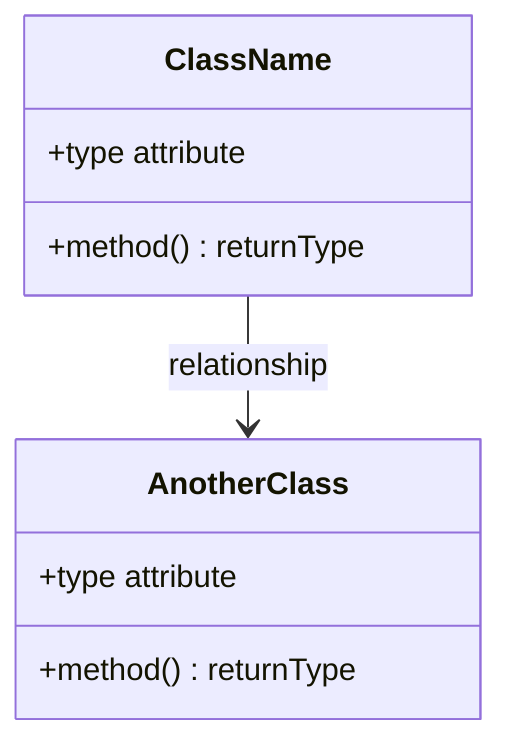
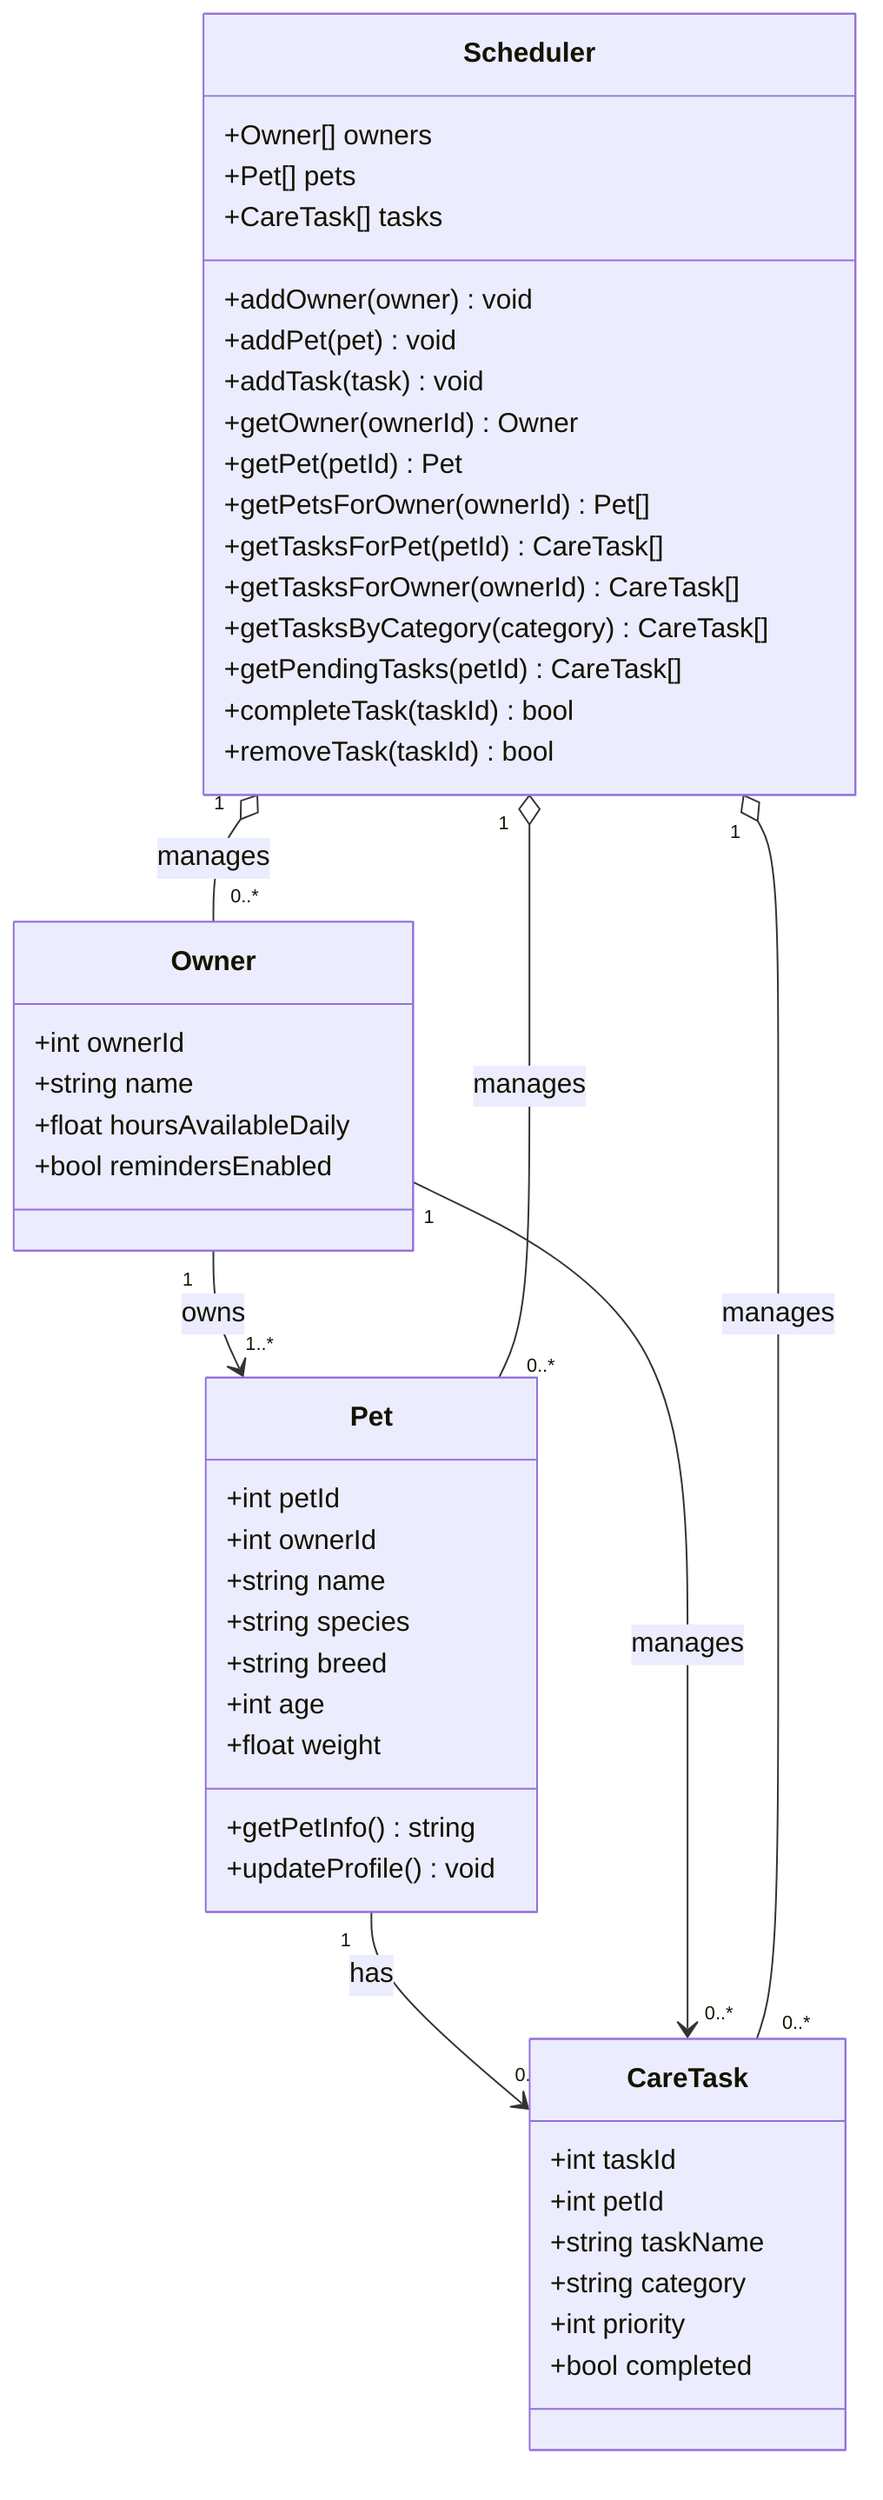
classDiagram
-     %% Replace the placeholders below with your actual classes, attributes, methods, and relationships.
-     %% Keep this file updated so it matches your final implementation.
+     %% PawPal+ class diagram

-     class ClassName {
-         +type attribute
-         +method() returnType
+     class Pet {
+         +int petId
+         +int ownerId
+         +string name
+         +string species
+         +string breed
+         +int age
+         +float weight
+         +getPetInfo() string
+         +updateProfile() void
    }

-     class AnotherClass {
-         +type attribute
-         +method() returnType
+     class Owner {
+         +int ownerId
+         +string name
+         +float hoursAvailableDaily
+         +bool remindersEnabled
    }

-     ClassName --> AnotherClass : relationship
+     class CareTask {
+         +int taskId
+         +int petId
+         +string taskName
+         +string category
+         +int priority
+         +bool completed
+     }
+ 
+     class Scheduler {
+         +Owner[] owners
+         +Pet[] pets
+         +CareTask[] tasks
+         +addOwner(owner) void
+         +addPet(pet) void
+         +addTask(task) void
+         +getOwner(ownerId) Owner
+         +getPet(petId) Pet
+         +getPetsForOwner(ownerId) Pet[]
+         +getTasksForPet(petId) CareTask[]
+         +getTasksForOwner(ownerId) CareTask[]
+         +getTasksByCategory(category) CareTask[]
+         +getPendingTasks(petId) CareTask[]
+         +completeTask(taskId) bool
+         +removeTask(taskId) bool
+     }
+ 
+     Owner "1" --> "1..*" Pet : owns
+     Pet "1" --> "0..*" CareTask : has
+     Owner "1" --> "0..*" CareTask : manages
+     Scheduler "1" o-- "0..*" Owner : manages
+     Scheduler "1" o-- "0..*" Pet : manages
+     Scheduler "1" o-- "0..*" CareTask : manages
